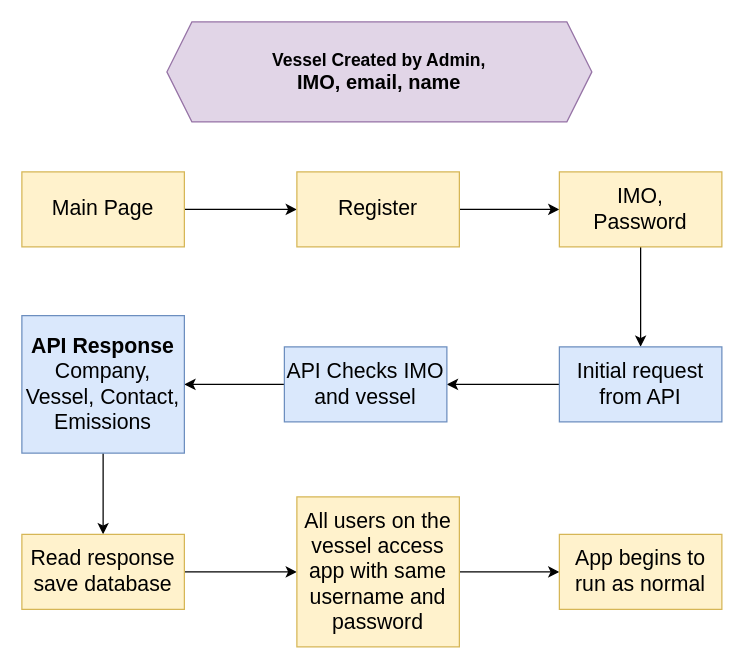
This is page "Desktop App" (4 of 9) of mrvtool.drawio from dagistan-tuncbilek/tasarimlar, a draw.io file, before an edit. Source tidied: cells renumbered, new cells numbered last; positions are measured from the earlier drawing's top-left corner, leaving out a move shared by most shapes. Both pictures are drawn from the tidied source at 125%, with x=0, y=0 at pixel (21, 21).
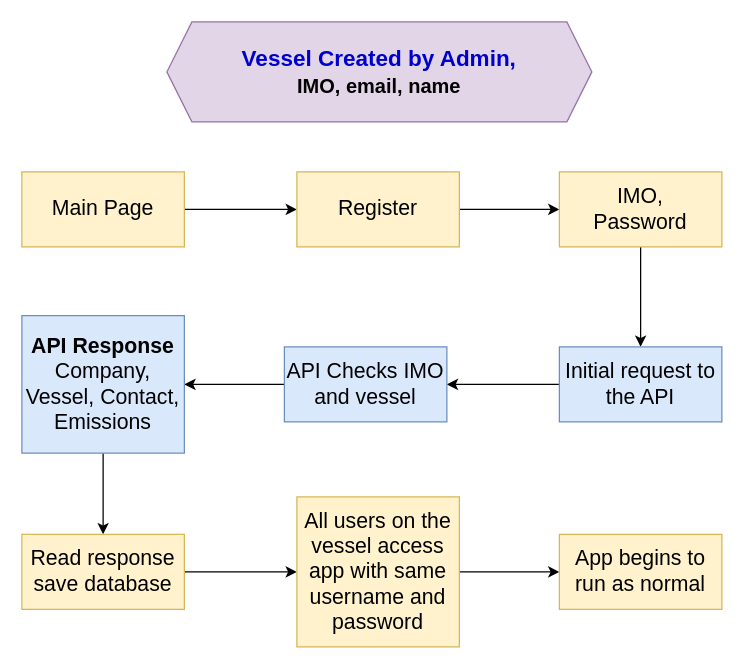
The same diagram, later.

Change to the diagram source:
```diff
@@
 <mxGraphModel>
   <root>
     <mxCell id="0" />
     <mxCell id="1" parent="0" />
     <mxCell id="2" style="edgeStyle=orthogonalEdgeStyle;rounded=0;jettySize=auto;html=1;entryX=0;entryY=0.5;entryDx=0;entryDy=0;" parent="1" edge="1" source="3" target="6">
       <mxGeometry relative="1" as="geometry" />
     </mxCell>
     <mxCell id="3" value="Main Page" style="rounded=0;whiteSpace=wrap;html=1;fontSize=17;fillColor=#fff2cc;strokeColor=#d6b656;" parent="1" vertex="1">
       <mxGeometry y="120" width="130" height="60" as="geometry" />
     </mxCell>
-    <mxCell id="4" value="&lt;div&gt;&lt;b&gt;&lt;font style=&quot;font-size: 14px&quot;&gt;Vessel Created by Admin, &lt;br&gt;&lt;/font&gt;&lt;/b&gt;&lt;/div&gt;&lt;div&gt;&lt;b&gt;&lt;font size=&quot;3&quot;&gt;IMO, email, name&lt;br&gt;&lt;/font&gt;&lt;/b&gt;&lt;/div&gt;" style="shape=hexagon;perimeter=hexagonPerimeter2;whiteSpace=wrap;html=1;fixedSize=1;fillColor=#e1d5e7;strokeColor=#9673a6;" parent="1" vertex="1">
+    <mxCell id="4" value="&lt;div&gt;&lt;b&gt;&lt;font style=&quot;font-size: 15px&quot;&gt;&lt;font style=&quot;font-size: 18px&quot; color=&quot;#0000CC&quot;&gt;Vessel Created by Admin,&lt;/font&gt; &lt;br&gt;&lt;/font&gt;&lt;/b&gt;&lt;/div&gt;&lt;div&gt;&lt;b&gt;&lt;font size=&quot;3&quot;&gt;IMO, email, name&lt;br&gt;&lt;/font&gt;&lt;/b&gt;&lt;/div&gt;" style="shape=hexagon;perimeter=hexagonPerimeter2;whiteSpace=wrap;html=1;fixedSize=1;fillColor=#e1d5e7;strokeColor=#9673a6;" parent="1" vertex="1">
       <mxGeometry x="116" width="340" height="80" as="geometry" />
     </mxCell>
     <mxCell id="5" style="edgeStyle=orthogonalEdgeStyle;rounded=0;jettySize=auto;html=1;entryX=0;entryY=0.5;entryDx=0;entryDy=0;" parent="1" edge="1" source="6" target="8">
       <mxGeometry relative="1" as="geometry" />
     </mxCell>
     <mxCell id="6" value="Register" style="rounded=0;whiteSpace=wrap;html=1;fontSize=17;fillColor=#fff2cc;strokeColor=#d6b656;" parent="1" vertex="1">
       <mxGeometry x="220" y="120" width="130" height="60" as="geometry" />
     </mxCell>
     <mxCell id="7" style="edgeStyle=orthogonalEdgeStyle;rounded=0;jettySize=auto;html=1;entryX=0.5;entryY=0;entryDx=0;entryDy=0;" parent="1" edge="1" source="8" target="10">
       <mxGeometry relative="1" as="geometry" />
     </mxCell>
     <mxCell id="8" value="&lt;div&gt;IMO,&lt;/div&gt;&lt;div&gt;Password&lt;br&gt;&lt;/div&gt;" style="rounded=0;whiteSpace=wrap;html=1;fontSize=17;fillColor=#fff2cc;strokeColor=#d6b656;" parent="1" vertex="1">
       <mxGeometry x="430" y="120" width="130" height="60" as="geometry" />
     </mxCell>
     <mxCell id="9" style="edgeStyle=orthogonalEdgeStyle;rounded=0;jettySize=auto;html=1;entryX=1;entryY=0.5;entryDx=0;entryDy=0;" parent="1" edge="1" source="10" target="12">
       <mxGeometry relative="1" as="geometry" />
     </mxCell>
-    <mxCell id="10" value="Initial request from API" style="rounded=0;whiteSpace=wrap;html=1;fontSize=17;fillColor=#dae8fc;strokeColor=#6c8ebf;fontStyle=0;" parent="1" vertex="1">
+    <mxCell id="10" value="Initial request to the API" style="rounded=0;whiteSpace=wrap;html=1;fontSize=17;fillColor=#dae8fc;strokeColor=#6c8ebf;fontStyle=0;" parent="1" vertex="1">
       <mxGeometry x="430" y="260" width="130" height="60" as="geometry" />
     </mxCell>
     <mxCell id="11" style="edgeStyle=orthogonalEdgeStyle;rounded=0;jettySize=auto;html=1;entryX=1;entryY=0.5;entryDx=0;entryDy=0;" parent="1" edge="1" source="12" target="14">
       <mxGeometry relative="1" as="geometry" />
     </mxCell>
     <mxCell id="12" value="API Checks IMO and vessel" style="rounded=0;whiteSpace=wrap;html=1;fontSize=17;fillColor=#dae8fc;strokeColor=#6c8ebf;fontStyle=0;" parent="1" vertex="1">
       <mxGeometry x="210" y="260" width="130" height="60" as="geometry" />
     </mxCell>
     <mxCell id="13" style="edgeStyle=orthogonalEdgeStyle;rounded=0;jettySize=auto;html=1;entryX=0.5;entryY=0;entryDx=0;entryDy=0;" parent="1" edge="1" source="14" target="16">
       <mxGeometry relative="1" as="geometry" />
     </mxCell>
     <mxCell id="14" value="&lt;div&gt;&lt;b&gt;API Response&lt;/b&gt;&lt;/div&gt;&lt;div&gt;Company, Vessel, Contact, Emissions&lt;br&gt;&lt;/div&gt;" style="rounded=0;whiteSpace=wrap;html=1;fontSize=17;fillColor=#dae8fc;strokeColor=#6c8ebf;fontStyle=0;" parent="1" vertex="1">
       <mxGeometry y="235" width="130" height="110" as="geometry" />
     </mxCell>
     <mxCell id="15" style="edgeStyle=orthogonalEdgeStyle;rounded=0;jettySize=auto;html=1;entryX=0;entryY=0.5;entryDx=0;entryDy=0;" parent="1" edge="1" source="16" target="18">
       <mxGeometry relative="1" as="geometry" />
     </mxCell>
     <mxCell id="16" value="Read response save database" style="rounded=0;whiteSpace=wrap;html=1;fontSize=17;fillColor=#fff2cc;strokeColor=#d6b656;" parent="1" vertex="1">
       <mxGeometry y="410" width="130" height="60" as="geometry" />
     </mxCell>
     <mxCell id="17" style="edgeStyle=orthogonalEdgeStyle;rounded=0;jettySize=auto;html=1;entryX=0;entryY=0.5;entryDx=0;entryDy=0;" parent="1" edge="1" source="18" target="19">
       <mxGeometry relative="1" as="geometry" />
     </mxCell>
     <mxCell id="18" value="All users on the vessel access app with same username and password" style="rounded=0;whiteSpace=wrap;html=1;fontSize=17;fillColor=#fff2cc;strokeColor=#d6b656;" parent="1" vertex="1">
       <mxGeometry x="220" y="380" width="130" height="120" as="geometry" />
     </mxCell>
     <mxCell id="19" value="App begins to run as normal" style="rounded=0;whiteSpace=wrap;html=1;fontSize=17;fillColor=#fff2cc;strokeColor=#d6b656;" parent="1" vertex="1">
       <mxGeometry x="430" y="410" width="130" height="60" as="geometry" />
     </mxCell>
   </root>
 </mxGraphModel>
```
